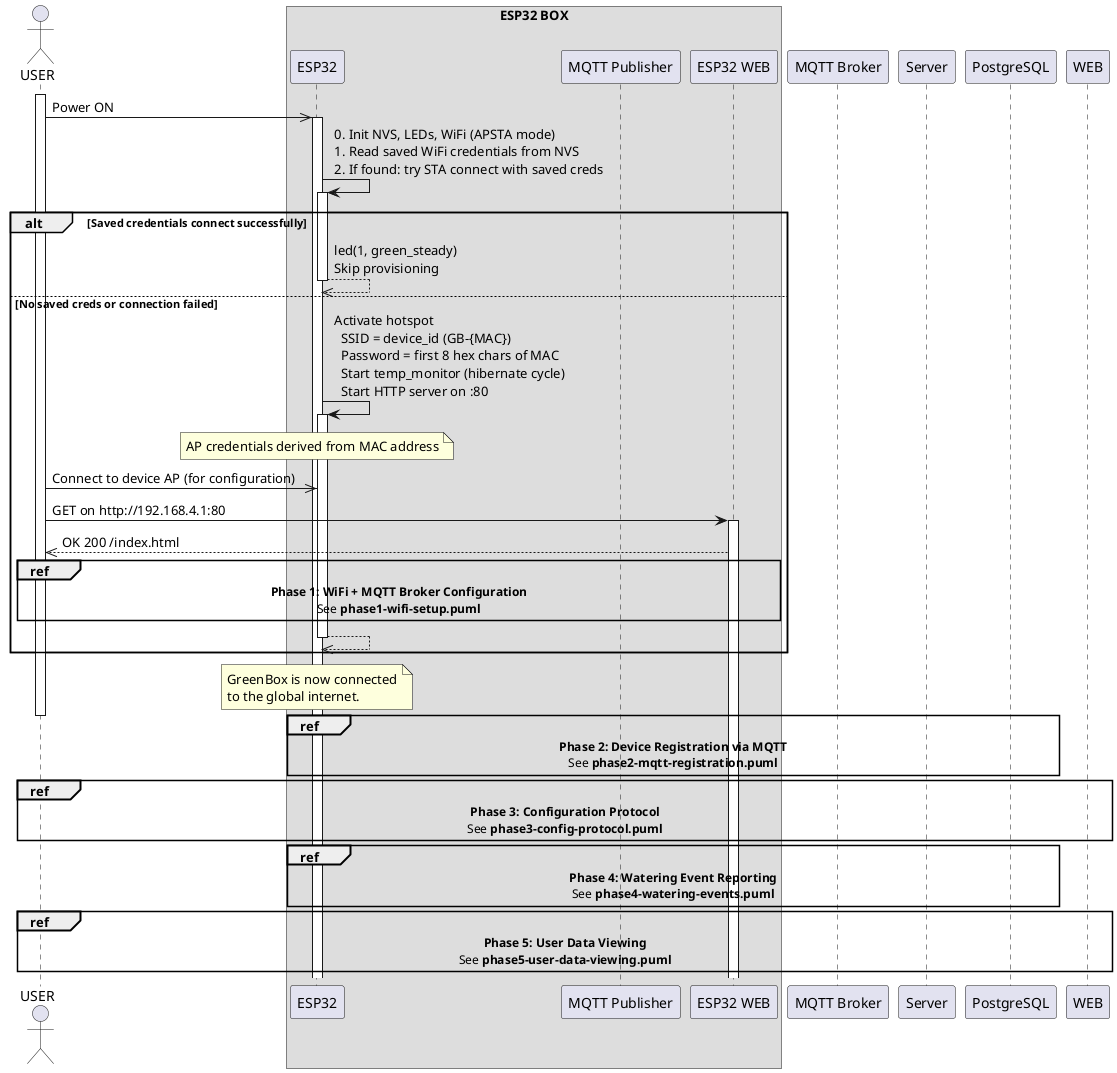
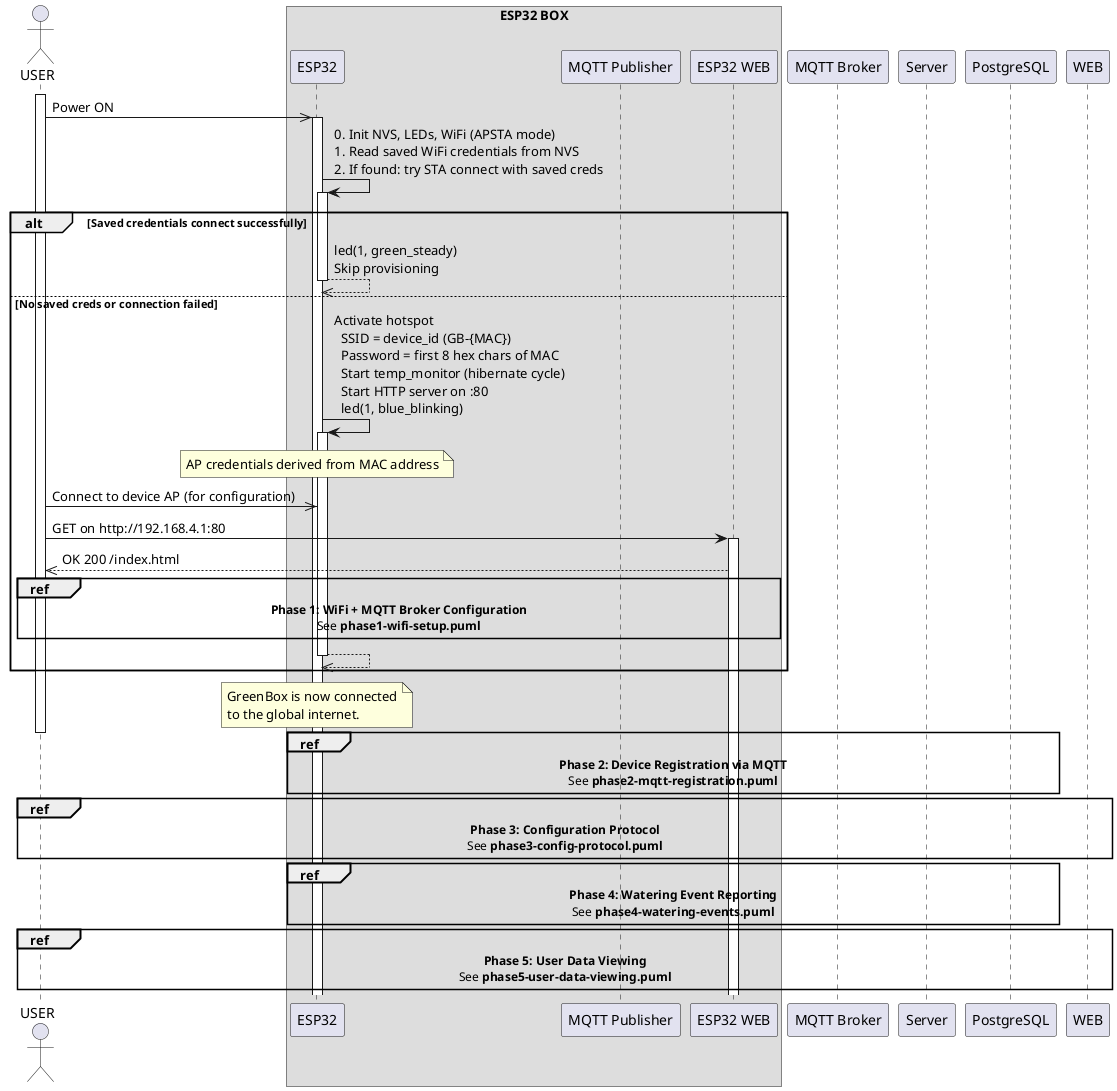
@startuml

actor USER

box "ESP32 BOX"
participant ESP32
participant "MQTT Publisher" as MQTTPUB
participant "ESP32 WEB" as ESPWEB
end box

participant "MQTT Broker" as MQTTBROKER
participant Server
participant "PostgreSQL" as DB
participant WEB

activate USER

USER ->> ESP32 ++: Power ON

ESP32 -> ESP32 ++: 0. Init NVS, LEDs, WiFi (APSTA mode)\n\
1. Read saved WiFi credentials from NVS\n\
2. If found: try STA connect with saved creds

alt Saved credentials connect successfully
  ESP32 -->> ESP32 --: led(1, green_steady)\nSkip provisioning
else No saved creds or connection failed
  ESP32 -> ESP32 ++: Activate hotspot\n\
  SSID = device_id (GB-{MAC})\n\
  Password = first 8 hex chars of MAC\n\
  Start temp_monitor (hibernate cycle)\n\
-   Start HTTP server on :80
+   Start HTTP server on :80\n\
+   led(1, blue_blinking)
  note over ESP32: AP credentials derived from MAC address
  USER ->> ESP32: Connect to device AP (for configuration)
  USER -> ESPWEB ++: GET on http://192.168.4.1:80
  ESPWEB -->> USER: OK 200 /index.html

  ref over USER, ESPWEB : **Phase 1: WiFi + MQTT Broker Configuration**\nSee **phase1-wifi-setup.puml**
  ESP32 -->> ESP32 --
end

note over ESP32: GreenBox is now connected\nto the global internet.

deactivate USER

ref over ESP32, DB : **Phase 2: Device Registration via MQTT**\nSee **phase2-mqtt-registration.puml**

ref over USER, WEB : **Phase 3: Configuration Protocol**\nSee **phase3-config-protocol.puml**

ref over ESP32, DB : **Phase 4: Watering Event Reporting**\nSee **phase4-watering-events.puml**

ref over USER, WEB : **Phase 5: User Data Viewing**\nSee **phase5-user-data-viewing.puml**

@enduml
